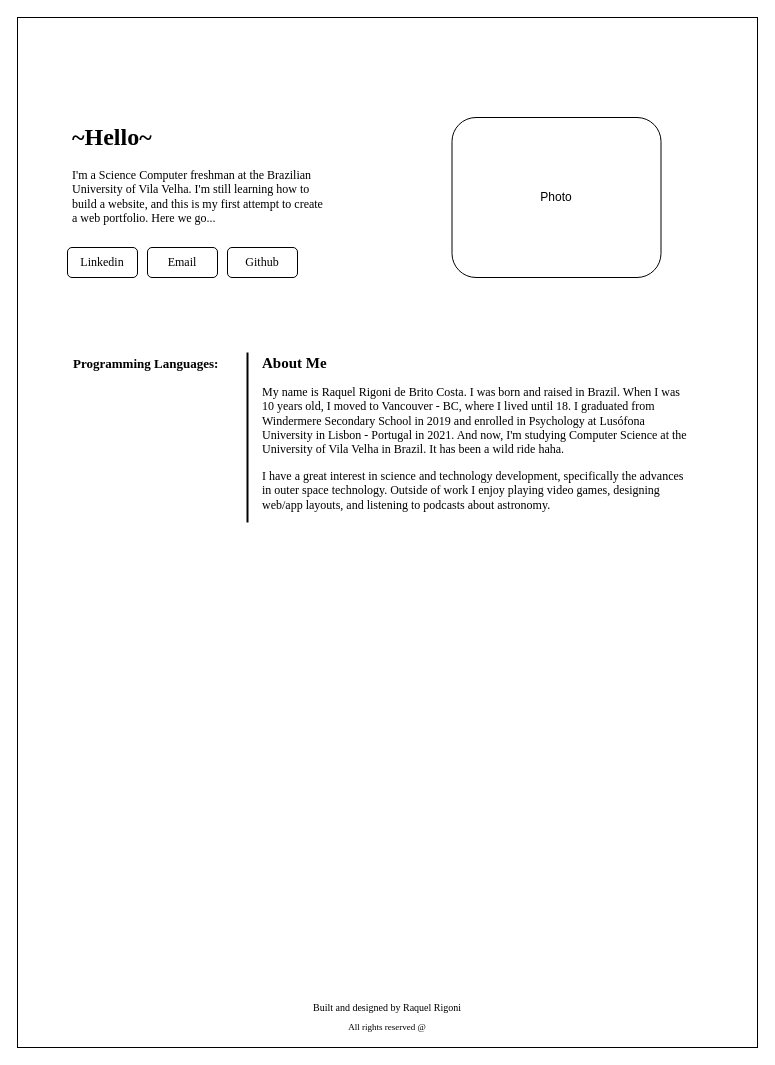
raqlr/WebCC1M keeps this draw.io diagram as Portfolio Layout Web.drawio. Above is the earlier version. Source tidied: cells renumbered, new cells numbered last; positions are measured from the earlier drawing's top-left corner, leaving out a move shared by most shapes. Both pictures are drawn from the tidied source at 100%, with x=0, y=0 at pixel (17, 17).
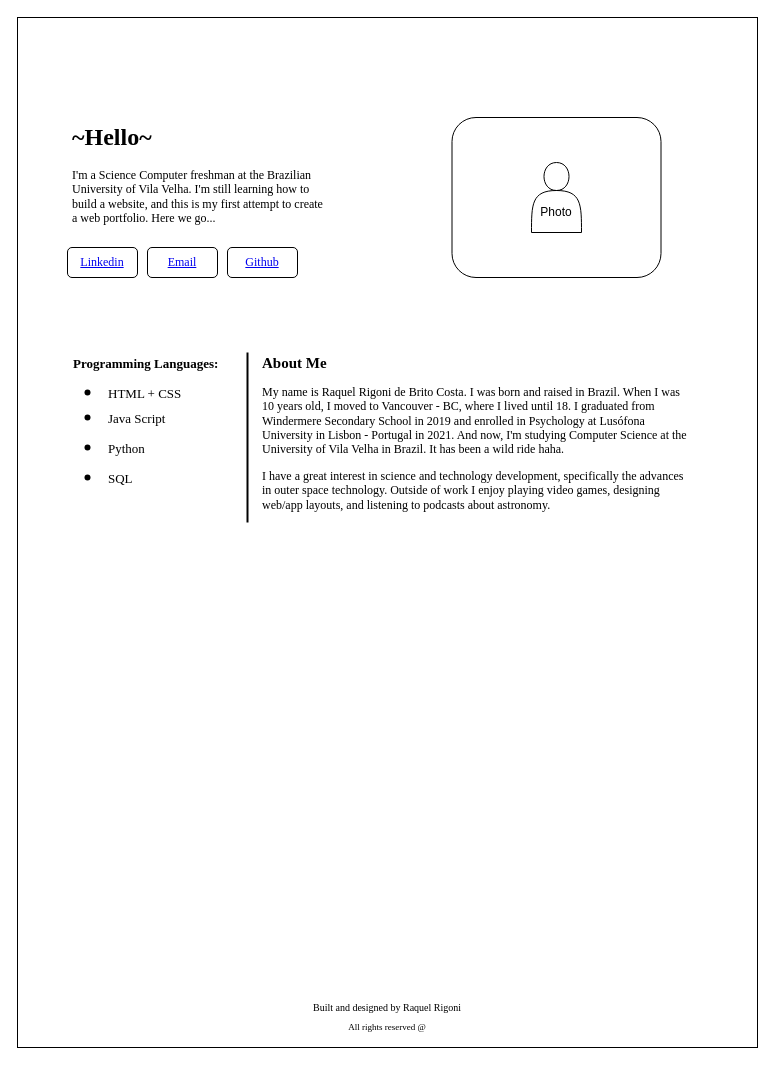
The same diagram, later.

Commit message:
Update Portfolio Layout (Web).drawio

Change to the diagram source:
```diff
@@
-    <mxCell id="7" value="Linkedin" style="text;html=1;strokeColor=none;fillColor=none;align=center;verticalAlign=middle;whiteSpace=wrap;rounded=0;fontFamily=Times New Roman;" parent="1" vertex="1">
-      <mxGeometry x="55" y="230" width="60" height="30" as="geometry" />
-    </mxCell>
-    <mxCell id="8" value="Email" style="text;html=1;strokeColor=none;fillColor=none;align=center;verticalAlign=middle;whiteSpace=wrap;rounded=0;fontFamily=Times New Roman;" parent="1" vertex="1">
-      <mxGeometry x="135" y="230" width="60" height="30" as="geometry" />
-    </mxCell>
-    <mxCell id="9" value="Github" style="text;html=1;strokeColor=none;fillColor=none;align=center;verticalAlign=middle;whiteSpace=wrap;rounded=0;fontFamily=Times New Roman;" parent="1" vertex="1">
-      <mxGeometry x="215" y="230" width="60" height="30" as="geometry" />
-    </mxCell>
@@
-    <mxCell id="11" value="Photo" style="text;html=1;strokeColor=none;fillColor=none;align=center;verticalAlign=middle;whiteSpace=wrap;rounded=0;" parent="1" vertex="1">
-      <mxGeometry x="509" y="165" width="60" height="30" as="geometry" />
-    </mxCell>
@@
-    <mxCell id="14" value="&lt;h2&gt;About Me&lt;/h2&gt;&lt;p style=&quot;font-size: 12px;&quot;&gt;&lt;font style=&quot;font-size: 12px;&quot;&gt;My name is Raquel Rigoni de Brito Costa. I was born and raised in Brazil. When I was 10 years old, I moved to Vancouver - BC, where I lived until 18. I graduated from Windermere Secondary School in 2019 and enrolled in Psychology at Lusófona University in Lisbon - Portugal in 2021. And now, I'm studying Computer Science at the University of Vila Velha in Brazil. It has been a wild ride haha.&amp;nbsp;&lt;br&gt;&lt;/font&gt;&lt;/p&gt;&lt;p style=&quot;font-size: 12px;&quot;&gt;&lt;font style=&quot;font-size: 12px;&quot;&gt;I have a great interest in science and technology development, specifically the advances in outer space technology.&lt;/font&gt;&lt;span style=&quot;font-size: 12px;&quot;&gt;&amp;nbsp;Outside of work I enjoy playing video games, designing web/app layouts, and listening to podcasts about astronomy.&lt;/span&gt;&lt;br&gt;&lt;/p&gt;&lt;p&gt;&lt;span style=&quot;font-size: 12px;&quot;&gt;&lt;br&gt;&lt;/span&gt;&lt;/p&gt;" style="text;html=1;strokeColor=none;fillColor=none;spacing=5;spacingTop=-20;whiteSpace=wrap;overflow=hidden;rounded=0;labelBorderColor=none;fontFamily=Times New Roman;fontSize=10;fontColor=none;" parent="1" vertex="1">
+    <mxCell id="14" value="&lt;h2&gt;About Me&lt;/h2&gt;&lt;p style=&quot;font-size: 12px;&quot;&gt;&lt;font style=&quot;font-size: 12px;&quot;&gt;My name is Raquel Rigoni de Brito Costa. I was born and raised in Brazil. When I was 10 years old, I moved to Vancouver - BC, where I lived until 18. I graduated from Windermere Secondary School in 2019 and enrolled in Psychology at Lusófona University in Lisbon - Portugal in 2021. And now, I'm studying Computer Science at the University of Vila Velha in Brazil. It has been a wild ride haha.&amp;nbsp;&lt;br&gt;&lt;/font&gt;&lt;/p&gt;&lt;p style=&quot;font-size: 12px;&quot;&gt;&lt;font style=&quot;font-size: 12px;&quot;&gt;I have a great interest in science and technology development, specifically the advances in outer space technology.&lt;/font&gt;&lt;span style=&quot;font-size: 12px;&quot;&gt;&amp;nbsp;Outside of work I enjoy playing video games, designing web/app layouts, and listening to podcasts about astronomy.&lt;/span&gt;&lt;br&gt;&lt;/p&gt;&lt;p&gt;&lt;span style=&quot;font-size: 12px;&quot;&gt;&lt;br&gt;&lt;/span&gt;&lt;/p&gt;" style="text;html=1;strokeColor=none;fillColor=none;spacing=5;spacingTop=-20;whiteSpace=wrap;overflow=hidden;rounded=0;labelBorderColor=none;fontFamily=Times New Roman;fontSize=10;fontColor=default;" parent="1" vertex="1">
       <mxGeometry x="240" y="335" width="440" height="170" as="geometry" />
     </mxCell>
-    <mxCell id="15" value="Programming Languages:" style="text;strokeColor=none;fillColor=none;align=left;verticalAlign=middle;spacingLeft=4;spacingRight=4;overflow=hidden;labelBorderColor=none;fontFamily=Times New Roman;fontSize=13;fontColor=#000000;fontStyle=1;" parent="1" vertex="1">
+    <mxCell id="15" value="Programming Languages:" style="text;strokeColor=none;fillColor=none;align=left;verticalAlign=middle;spacingLeft=4;spacingRight=4;overflow=hidden;labelBorderColor=none;fontFamily=Times New Roman;fontSize=13;fontColor=default;fontStyle=1;" parent="1" vertex="1">
       <mxGeometry x="50" y="335" width="160" height="20" as="geometry" />
     </mxCell>
@@
+    <mxCell id="17" value="Java Script" style="text;strokeColor=none;fillColor=none;align=left;verticalAlign=middle;spacingLeft=4;spacingRight=4;overflow=hidden;labelBorderColor=none;fontFamily=Times New Roman;fontSize=13;fontColor=default;" parent="1" vertex="1">
+      <mxGeometry x="85" y="385" width="80" height="30" as="geometry" />
+    </mxCell>
+    <mxCell id="18" value="Python" style="text;strokeColor=none;fillColor=none;align=left;verticalAlign=middle;spacingLeft=4;spacingRight=4;overflow=hidden;labelBorderColor=none;fontFamily=Times New Roman;fontSize=13;fontColor=default;" parent="1" vertex="1">
+      <mxGeometry x="85" y="415" width="80" height="30" as="geometry" />
+    </mxCell>
+    <mxCell id="19" value="HTML + CSS" style="text;strokeColor=none;fillColor=none;align=left;verticalAlign=middle;spacingLeft=4;spacingRight=4;overflow=hidden;labelBorderColor=none;fontFamily=Times New Roman;fontSize=13;fontColor=default;" parent="1" vertex="1">
+      <mxGeometry x="85" y="360" width="90" height="30" as="geometry" />
+    </mxCell>
+    <mxCell id="20" value="SQL" style="text;strokeColor=none;fillColor=none;align=left;verticalAlign=middle;spacingLeft=4;spacingRight=4;overflow=hidden;labelBorderColor=none;fontFamily=Times New Roman;fontSize=13;fontColor=default;" parent="1" vertex="1">
+      <mxGeometry x="85" y="445" width="80" height="30" as="geometry" />
+    </mxCell>
+    <mxCell id="7" value="Linkedin" style="text;html=1;strokeColor=none;fillColor=none;whiteSpace=wrap;align=center;verticalAlign=middle;fontColor=#0000EE;fontStyle=4;labelBorderColor=none;fontFamily=Times New Roman;fontSize=12;" parent="1" vertex="1">
+      <mxGeometry x="55" y="225" width="60" height="40" as="geometry" />
+    </mxCell>
+    <mxCell id="21" style="shape=waypoint;sketch=0;fillStyle=solid;size=6;fillColor=none;perimeter=centerPerimeter;labelBorderColor=none;fontFamily=Times New Roman;fontSize=13;fontColor=default;strokeColor=default;" parent="1" vertex="1">
+      <mxGeometry x="50" y="355" width="40" height="40" as="geometry" />
+    </mxCell>
+    <mxCell id="22" style="shape=waypoint;sketch=0;fillStyle=solid;size=6;fillColor=none;perimeter=centerPerimeter;labelBorderColor=none;fontFamily=Times New Roman;fontSize=13;fontColor=default;strokeColor=default;" parent="1" vertex="1">
+      <mxGeometry x="50" y="380" width="40" height="40" as="geometry" />
+    </mxCell>
+    <mxCell id="23" style="shape=waypoint;sketch=0;fillStyle=solid;size=6;fillColor=none;perimeter=centerPerimeter;labelBorderColor=none;fontFamily=Times New Roman;fontSize=13;fontColor=default;strokeColor=default;" parent="1" vertex="1">
+      <mxGeometry x="50" y="410" width="40" height="40" as="geometry" />
+    </mxCell>
+    <mxCell id="24" style="shape=waypoint;sketch=0;fillStyle=solid;size=6;fillColor=none;perimeter=centerPerimeter;labelBorderColor=none;fontFamily=Times New Roman;fontSize=13;fontColor=default;strokeColor=default;" parent="1" vertex="1">
+      <mxGeometry x="50" y="440" width="40" height="40" as="geometry" />
+    </mxCell>
+    <mxCell id="25" style="shape=actor;whiteSpace=wrap;html=1;labelBorderColor=none;fontFamily=Times New Roman;fontSize=12;fontColor=default;strokeColor=default;" parent="1" vertex="1">
+      <mxGeometry x="514" y="145" width="50" height="70" as="geometry" />
+    </mxCell>
+    <mxCell id="8" value="Email" style="text;html=1;strokeColor=none;fillColor=none;whiteSpace=wrap;align=center;verticalAlign=middle;fontColor=#0000EE;fontStyle=4;labelBorderColor=none;fontFamily=Times New Roman;fontSize=12;" parent="1" vertex="1">
+      <mxGeometry x="135" y="225" width="60" height="40" as="geometry" />
+    </mxCell>
+    <mxCell id="9" value="Github" style="text;html=1;strokeColor=none;fillColor=none;whiteSpace=wrap;align=center;verticalAlign=middle;fontColor=#0000EE;fontStyle=4;labelBorderColor=none;fontFamily=Times New Roman;fontSize=12;" parent="1" vertex="1">
+      <mxGeometry x="215" y="225" width="60" height="40" as="geometry" />
+    </mxCell>
+    <mxCell id="11" value="Photo" style="text;html=1;strokeColor=none;fillColor=none;align=center;verticalAlign=middle;whiteSpace=wrap;rounded=0;" parent="1" vertex="1">
+      <mxGeometry x="509" y="180" width="60" height="30" as="geometry" />
+    </mxCell>
```
